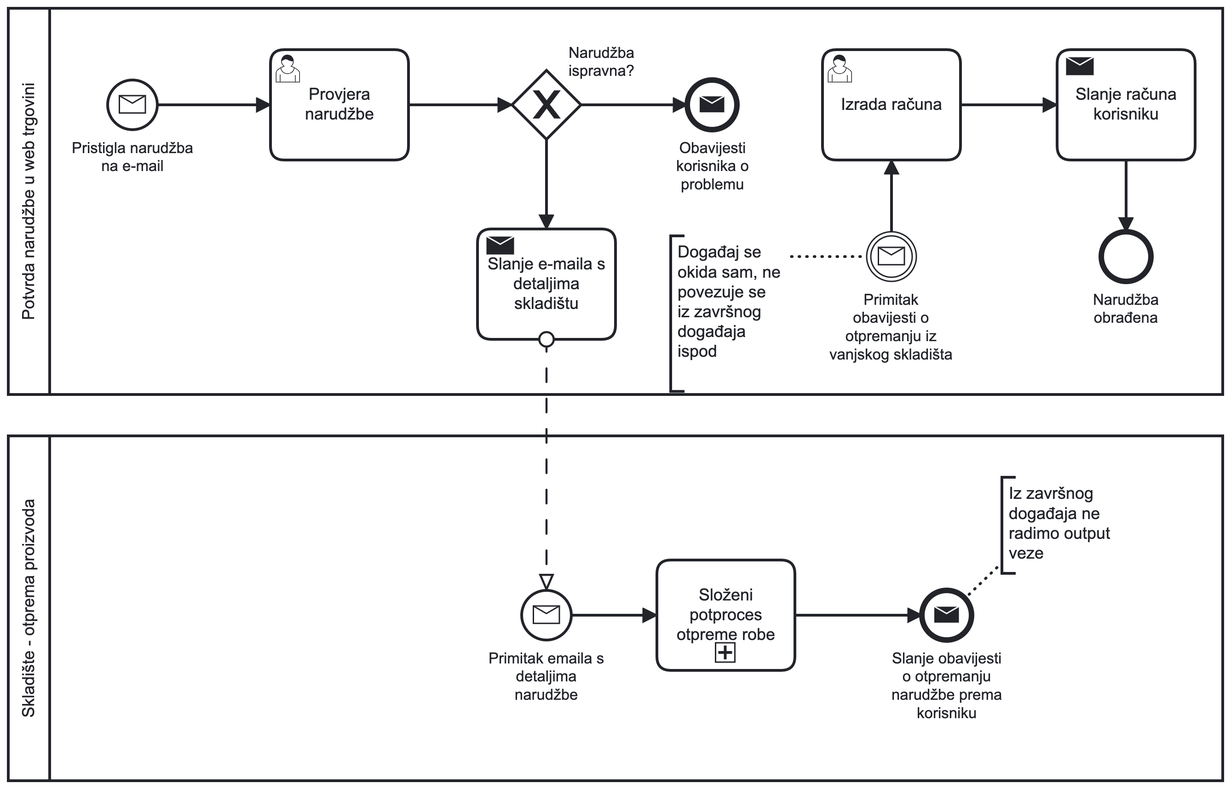
Earlier version of the BPMN export UPP2 - Dopunski atributi elemenata modela procesa/screenshots/pp_intermediate_2_procesa_ispravno.png (lukablaskovic/FIPU-UPP). Its source is kept beside it as UPP2 - Dopunski atributi elemenata modela procesa/models/pp_intermediate_2_procesa_ispravno.bpmn. Ids are renumbered.
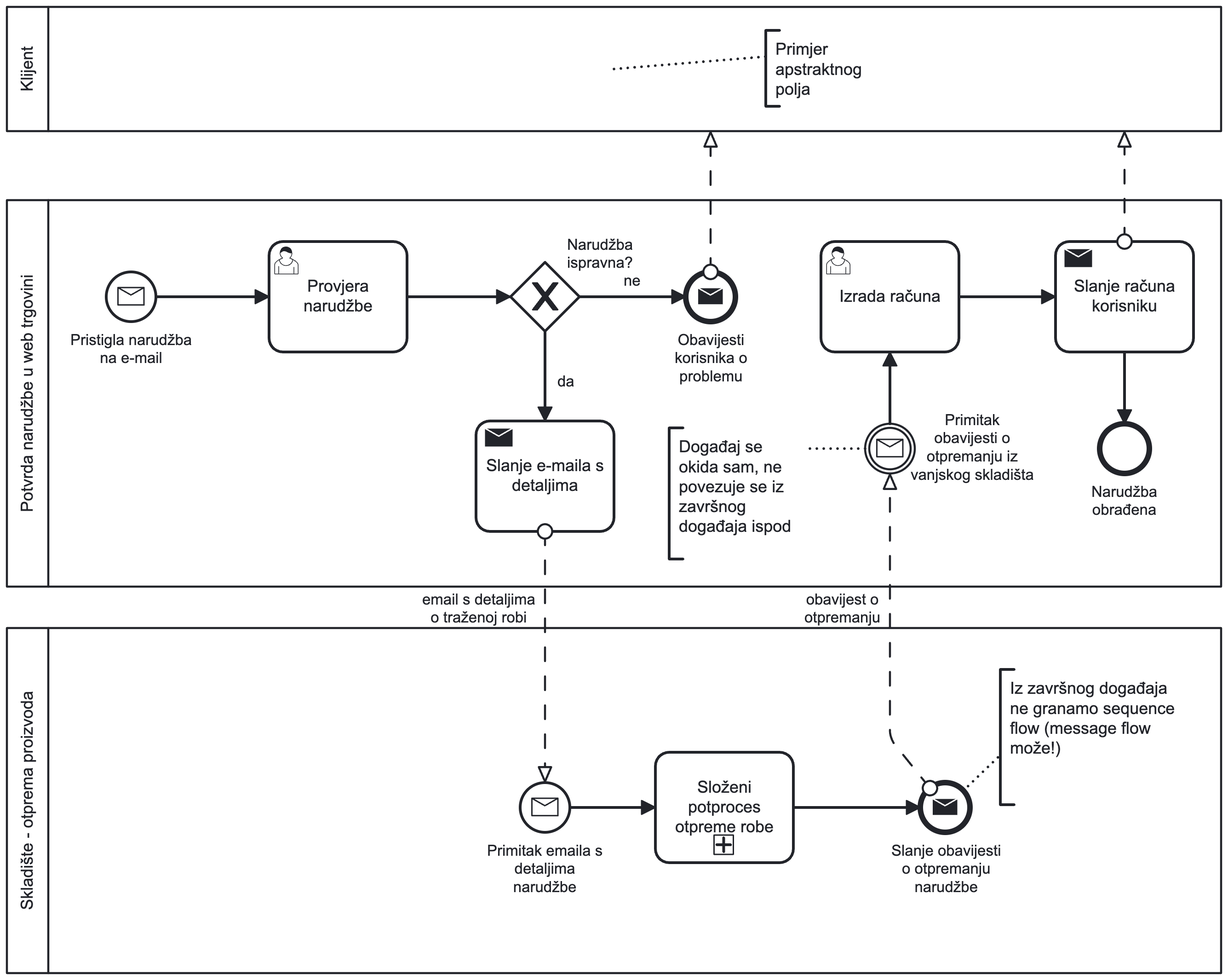
The same diagram one commit later.

Change to the diagram source:
```diff
@@ -1,8 +1,24 @@
-<bpmn:definitions xmlns:bpmn="http://www.omg.org/spec/BPMN/20100524/MODEL" xmlns:bpmndi="http://www.omg.org/spec/BPMN/20100524/DI" xmlns:dc="http://www.omg.org/spec/DD/20100524/DC" xmlns:di="http://www.omg.org/spec/DD/20100524/DI" xmlns:modeler="http://camunda.org/schema/modeler/1.0" id="Definitions_n1" targetNamespace="http://bpmn.io/schema/bpmn" exporter="Camunda Modeler" exporterVersion="5.4.2" modeler:executionPlatform="Camunda Cloud" modeler:executionPlatformVersion="8.1.0">
+<bpmn:definitions xmlns:bpmn="http://www.omg.org/spec/BPMN/20100524/MODEL" xmlns:bpmndi="http://www.omg.org/spec/BPMN/20100524/DI" xmlns:dc="http://www.omg.org/spec/DD/20100524/DC" xmlns:di="http://www.omg.org/spec/DD/20100524/DI" xmlns:modeler="http://camunda.org/schema/modeler/1.0" id="Definitions_n1" targetNamespace="http://bpmn.io/schema/bpmn" exporter="Camunda Modeler" exporterVersion="5.39.0" modeler:executionPlatform="Camunda Cloud" modeler:executionPlatformVersion="8.1.0">
   <bpmn:collaboration id="Collaboration_n2">
     <bpmn:participant id="Participant_n3" name="Potvrda narudžbe u web trgovini" processRef="Process_n4" />
     <bpmn:participant id="Participant_n5" name="Skladište - otprema proizvoda" processRef="Process_n6" />
-    <bpmn:messageFlow id="Flow_n7" sourceRef="Activity_n8" targetRef="Event_n9" />
+    <bpmn:participant id="Participant_n40" name="Klijent" processRef="Process_n41" />
+    <bpmn:messageFlow id="Flow_n7" name="email s detaljima o traženoj robi" sourceRef="Activity_n8" targetRef="Event_n9" />
+    <bpmn:messageFlow id="Flow_n42" name="obavijest o otpremanju" sourceRef="Event_n32" targetRef="Event_n25" />
+    <bpmn:messageFlow id="Flow_n43" sourceRef="Event_n14" targetRef="Participant_n40" />
+    <bpmn:messageFlow id="Flow_n44" sourceRef="Activity_n20" targetRef="Participant_n40" />
+    <bpmn:textAnnotation id="TextAnnotation_n45">
+      <bpmn:text>Primjer apstraktnog polja</bpmn:text>
+    </bpmn:textAnnotation>
+    <bpmn:association id="Association_n46" associationDirection="None" sourceRef="Participant_n40" targetRef="TextAnnotation_n45" />
+    <bpmn:textAnnotation id="TextAnnotation_n28">
+      <bpmn:text>Događaj se okida sam, ne povezuje se iz završnog događaja ispod</bpmn:text>
+    </bpmn:textAnnotation>
+    <bpmn:association id="Association_n29" sourceRef="Event_n25" targetRef="TextAnnotation_n28" />
+    <bpmn:textAnnotation id="TextAnnotation_n36">
+      <bpmn:text>Iz završnog događaja ne granamo sequence flow (message flow može!)</bpmn:text>
+    </bpmn:textAnnotation>
+    <bpmn:association id="Association_n37" sourceRef="Event_n32" targetRef="TextAnnotation_n36" />
   </bpmn:collaboration>
   <bpmn:process id="Process_n4" isExecutable="true">
     <bpmn:exclusiveGateway id="Gateway_n10" name="Narudžba ispravna?">
@@ -22,7 +38,7 @@
       <bpmn:outgoing>Flow_n17</bpmn:outgoing>
       <bpmn:messageEventDefinition id="MessageEventDefinition_n19" />
     </bpmn:startEvent>
-    <bpmn:sendTask id="Activity_n8" name="Slanje e-maila s detaljima skladištu">
+    <bpmn:sendTask id="Activity_n8" name="Slanje e-maila s detaljima">
       <bpmn:incoming>Flow_n13</bpmn:incoming>
     </bpmn:sendTask>
     <bpmn:sendTask id="Activity_n20" name="Slanje računa korisniku">
@@ -41,23 +57,19 @@
       <bpmn:incoming>Flow_n22</bpmn:incoming>
     </bpmn:endEvent>
     <bpmn:sequenceFlow id="Flow_n11" sourceRef="Activity_n16" targetRef="Gateway_n10" />
-    <bpmn:sequenceFlow id="Flow_n12" sourceRef="Gateway_n10" targetRef="Event_n14" />
-    <bpmn:sequenceFlow id="Flow_n13" sourceRef="Gateway_n10" targetRef="Activity_n8" />
+    <bpmn:sequenceFlow id="Flow_n12" name="ne" sourceRef="Gateway_n10" targetRef="Event_n14" />
+    <bpmn:sequenceFlow id="Flow_n13" name="da" sourceRef="Gateway_n10" targetRef="Activity_n8" />
     <bpmn:sequenceFlow id="Flow_n17" sourceRef="Event_n18" targetRef="Activity_n16" />
     <bpmn:sequenceFlow id="Flow_n21" sourceRef="Activity_n23" targetRef="Activity_n20" />
     <bpmn:sequenceFlow id="Flow_n22" sourceRef="Activity_n20" targetRef="Event_n27" />
     <bpmn:sequenceFlow id="Flow_n24" sourceRef="Event_n25" targetRef="Activity_n23" />
-    <bpmn:textAnnotation id="TextAnnotation_n28">
-      <bpmn:text>Događaj se okida sam, ne povezuje se iz završnog događaja ispod</bpmn:text>
-    </bpmn:textAnnotation>
-    <bpmn:association id="Association_n29" sourceRef="Event_n25" targetRef="TextAnnotation_n28" />
   </bpmn:process>
   <bpmn:process id="Process_n6" isExecutable="false">
     <bpmn:startEvent id="Event_n9" name="Primitak emaila s detaljima narudžbe">
       <bpmn:outgoing>Flow_n30</bpmn:outgoing>
       <bpmn:messageEventDefinition id="MessageEventDefinition_n31" />
     </bpmn:startEvent>
-    <bpmn:endEvent id="Event_n32" name="Slanje obavijesti o otpremanju narudžbe prema korisniku">
+    <bpmn:endEvent id="Event_n32" name="Slanje obavijesti o otpremanju narudžbe">
       <bpmn:incoming>Flow_n33</bpmn:incoming>
       <bpmn:messageEventDefinition id="MessageEventDefinition_n34" />
     </bpmn:endEvent>
@@ -67,135 +79,170 @@
     </bpmn:subProcess>
     <bpmn:sequenceFlow id="Flow_n30" sourceRef="Event_n9" targetRef="Activity_n35" />
     <bpmn:sequenceFlow id="Flow_n33" sourceRef="Activity_n35" targetRef="Event_n32" />
-    <bpmn:textAnnotation id="TextAnnotation_n36">
-      <bpmn:text>Iz završnog događaja ne radimo output veze</bpmn:text>
-    </bpmn:textAnnotation>
-    <bpmn:association id="Association_n37" sourceRef="Event_n32" targetRef="TextAnnotation_n36" />
   </bpmn:process>
+  <bpmn:process id="Process_n41" isExecutable="false" />
   <bpmndi:BPMNDiagram id="BPMNDiagram_1">
     <bpmndi:BPMNPlane id="BPMNPlane_1" bpmnElement="Collaboration_n2">
       <bpmndi:BPMNShape id="Participant_n3_di" bpmnElement="Participant_n3" isHorizontal="true">
-        <dc:Bounds x="160" y="80" width="880" height="280" />
-        <bpmndi:BPMNLabel />
-      </bpmndi:BPMNShape>
-      <bpmndi:BPMNShape id="TextAnnotation_n28_di" bpmnElement="TextAnnotation_n28">
-        <dc:Bounds x="640" y="245" width="86.22660283993116" height="112.73666092943203" />
+        <dc:Bounds x="160" y="220" width="880" height="280" />
         <bpmndi:BPMNLabel />
       </bpmndi:BPMNShape>
       <bpmndi:BPMNShape id="Gateway_n10_di" bpmnElement="Gateway_n10" isMarkerVisible="true">
-        <dc:Bounds x="525" y="125" width="50" height="50" />
+        <dc:Bounds x="525" y="265" width="50" height="50" />
         <bpmndi:BPMNLabel>
-          <dc:Bounds x="566" y="106" width="48" height="27" />
+          <dc:Bounds x="566" y="246" width="48" height="27" />
         </bpmndi:BPMNLabel>
       </bpmndi:BPMNShape>
       <bpmndi:BPMNShape id="Event_0b9pd3l_di" bpmnElement="Event_n14">
-        <dc:Bounds x="652" y="132" width="36" height="36" />
+        <dc:Bounds x="652" y="272" width="36" height="36" />
         <bpmndi:BPMNLabel>
-          <dc:Bounds x="644" y="175" width="53" height="40" />
+          <dc:Bounds x="644" y="315" width="53" height="40" />
         </bpmndi:BPMNLabel>
       </bpmndi:BPMNShape>
       <bpmndi:BPMNShape id="Activity_129fjox_di" bpmnElement="Activity_n16">
-        <dc:Bounds x="350" y="110" width="100" height="80" />
+        <dc:Bounds x="350" y="250" width="100" height="80" />
       </bpmndi:BPMNShape>
       <bpmndi:BPMNShape id="Event_1nrdnio_di" bpmnElement="Event_n18">
-        <dc:Bounds x="232" y="132" width="36" height="36" />
+        <dc:Bounds x="232" y="272" width="36" height="36" />
         <bpmndi:BPMNLabel>
-          <dc:Bounds x="206" y="175" width="89" height="27" />
+          <dc:Bounds x="206" y="315" width="89" height="27" />
         </bpmndi:BPMNLabel>
       </bpmndi:BPMNShape>
       <bpmndi:BPMNShape id="Activity_1qwhyc0_di" bpmnElement="Activity_n8">
-        <dc:Bounds x="500" y="240" width="100" height="80" />
+        <dc:Bounds x="500" y="380" width="100" height="80" />
+        <bpmndi:BPMNLabel />
       </bpmndi:BPMNShape>
       <bpmndi:BPMNShape id="Activity_0joadic_di" bpmnElement="Activity_n20">
-        <dc:Bounds x="920" y="110" width="100" height="80" />
+        <dc:Bounds x="920" y="250" width="100" height="80" />
       </bpmndi:BPMNShape>
       <bpmndi:BPMNShape id="Activity_1ik6id0_di" bpmnElement="Activity_n23">
-        <dc:Bounds x="750" y="110" width="100" height="80" />
+        <dc:Bounds x="750" y="250" width="100" height="80" />
       </bpmndi:BPMNShape>
       <bpmndi:BPMNShape id="Event_0oip6nh_di" bpmnElement="Event_n25">
-        <dc:Bounds x="782" y="242" width="36" height="36" />
+        <dc:Bounds x="782" y="382" width="36" height="36" />
         <bpmndi:BPMNLabel>
-          <dc:Bounds x="755" y="285" width="90" height="53" />
+          <dc:Bounds x="815" y="373" width="90" height="53" />
         </bpmndi:BPMNLabel>
       </bpmndi:BPMNShape>
       <bpmndi:BPMNShape id="Event_n27_di" bpmnElement="Event_n27">
-        <dc:Bounds x="952" y="242" width="36" height="36" />
+        <dc:Bounds x="952" y="382" width="36" height="36" />
         <bpmndi:BPMNLabel>
-          <dc:Bounds x="946" y="285" width="48" height="27" />
+          <dc:Bounds x="946" y="425" width="48" height="27" />
         </bpmndi:BPMNLabel>
       </bpmndi:BPMNShape>
-      <bpmndi:BPMNEdge id="Association_n29_di" bpmnElement="Association_n29">
-        <di:waypoint x="782" y="260" />
-        <di:waypoint x="726" y="260" />
-      </bpmndi:BPMNEdge>
+      <bpmndi:BPMNShape id="TextAnnotation_n28_di" bpmnElement="TextAnnotation_n28">
+        <dc:Bounds x="640" y="385" width="100" height="95" />
+        <bpmndi:BPMNLabel />
+      </bpmndi:BPMNShape>
       <bpmndi:BPMNEdge id="Flow_n11_di" bpmnElement="Flow_n11">
-        <di:waypoint x="450" y="150" />
-        <di:waypoint x="525" y="150" />
+        <di:waypoint x="450" y="290" />
+        <di:waypoint x="525" y="290" />
       </bpmndi:BPMNEdge>
       <bpmndi:BPMNEdge id="Flow_n12_di" bpmnElement="Flow_n12">
-        <di:waypoint x="575" y="150" />
-        <di:waypoint x="652" y="150" />
+        <di:waypoint x="575" y="290" />
+        <di:waypoint x="652" y="290" />
+        <bpmndi:BPMNLabel>
+          <dc:Bounds x="607" y="272" width="13" height="14" />
+        </bpmndi:BPMNLabel>
       </bpmndi:BPMNEdge>
       <bpmndi:BPMNEdge id="Flow_n13_di" bpmnElement="Flow_n13">
-        <di:waypoint x="550" y="175" />
-        <di:waypoint x="550" y="240" />
+        <di:waypoint x="550" y="315" />
+        <di:waypoint x="550" y="380" />
+        <bpmndi:BPMNLabel>
+          <dc:Bounds x="559" y="345" width="13" height="14" />
+        </bpmndi:BPMNLabel>
       </bpmndi:BPMNEdge>
       <bpmndi:BPMNEdge id="Flow_n17_di" bpmnElement="Flow_n17">
-        <di:waypoint x="268" y="150" />
-        <di:waypoint x="350" y="150" />
+        <di:waypoint x="268" y="290" />
+        <di:waypoint x="350" y="290" />
       </bpmndi:BPMNEdge>
       <bpmndi:BPMNEdge id="Flow_n21_di" bpmnElement="Flow_n21">
-        <di:waypoint x="850" y="150" />
-        <di:waypoint x="920" y="150" />
+        <di:waypoint x="850" y="290" />
+        <di:waypoint x="920" y="290" />
       </bpmndi:BPMNEdge>
       <bpmndi:BPMNEdge id="Flow_n22_di" bpmnElement="Flow_n22">
-        <di:waypoint x="970" y="190" />
-        <di:waypoint x="970" y="242" />
+        <di:waypoint x="970" y="330" />
+        <di:waypoint x="970" y="382" />
       </bpmndi:BPMNEdge>
       <bpmndi:BPMNEdge id="Flow_n24_di" bpmnElement="Flow_n24">
-        <di:waypoint x="800" y="242" />
-        <di:waypoint x="800" y="190" />
+        <di:waypoint x="800" y="382" />
+        <di:waypoint x="800" y="330" />
+      </bpmndi:BPMNEdge>
+      <bpmndi:BPMNEdge id="Association_n29_di" bpmnElement="Association_n29">
+        <di:waypoint x="782" y="400" />
+        <di:waypoint x="740" y="400" />
       </bpmndi:BPMNEdge>
       <bpmndi:BPMNShape id="Participant_n5_di" bpmnElement="Participant_n5" isHorizontal="true">
-        <dc:Bounds x="160" y="390" width="880" height="250" />
+        <dc:Bounds x="160" y="530" width="880" height="250" />
+        <bpmndi:BPMNLabel />
+      </bpmndi:BPMNShape>
+      <bpmndi:BPMNShape id="Event_1pvszgi_di" bpmnElement="Event_n9">
+        <dc:Bounds x="532" y="642" width="36" height="36" />
+        <bpmndi:BPMNLabel>
+          <dc:Bounds x="508" y="685" width="84" height="40" />
+        </bpmndi:BPMNLabel>
+      </bpmndi:BPMNShape>
+      <bpmndi:BPMNShape id="Event_16e5a95_di" bpmnElement="Event_n32">
+        <dc:Bounds x="822" y="642" width="36" height="36" />
+        <bpmndi:BPMNLabel>
+          <dc:Bounds x="801" y="685" width="80" height="40" />
+        </bpmndi:BPMNLabel>
+      </bpmndi:BPMNShape>
+      <bpmndi:BPMNShape id="Activity_1tlj5kf_di" bpmnElement="Activity_n35">
+        <dc:Bounds x="630" y="620" width="100" height="80" />
         <bpmndi:BPMNLabel />
       </bpmndi:BPMNShape>
       <bpmndi:BPMNShape id="TextAnnotation_n36_di" bpmnElement="TextAnnotation_n36">
-        <dc:Bounds x="880" y="420" width="99.9959660068847" height="69.70740103270224" />
+        <dc:Bounds x="880" y="560" width="140" height="98" />
         <bpmndi:BPMNLabel />
       </bpmndi:BPMNShape>
-      <bpmndi:BPMNShape id="Event_1pvszgi_di" bpmnElement="Event_n9">
-        <dc:Bounds x="532" y="502" width="36" height="36" />
-        <bpmndi:BPMNLabel>
-          <dc:Bounds x="508" y="545" width="84" height="40" />
-        </bpmndi:BPMNLabel>
-      </bpmndi:BPMNShape>
-      <bpmndi:BPMNShape id="Event_16e5a95_di" bpmnElement="Event_n32">
-        <dc:Bounds x="822" y="502" width="36" height="36" />
-        <bpmndi:BPMNLabel>
-          <dc:Bounds x="800" y="545" width="81" height="53" />
-        </bpmndi:BPMNLabel>
-      </bpmndi:BPMNShape>
-      <bpmndi:BPMNShape id="Activity_1tlj5kf_di" bpmnElement="Activity_n35">
-        <dc:Bounds x="630" y="480" width="100" height="80" />
+      <bpmndi:BPMNEdge id="Flow_n30_di" bpmnElement="Flow_n30">
+        <di:waypoint x="568" y="660" />
+        <di:waypoint x="630" y="660" />
+      </bpmndi:BPMNEdge>
+      <bpmndi:BPMNEdge id="Flow_n33_di" bpmnElement="Flow_n33">
+        <di:waypoint x="730" y="660" />
+        <di:waypoint x="822" y="660" />
+      </bpmndi:BPMNEdge>
+      <bpmndi:BPMNEdge id="Association_n37_di" bpmnElement="Association_n37">
+        <di:waypoint x="853" y="648" />
+        <di:waypoint x="880" y="622" />
+      </bpmndi:BPMNEdge>
+      <bpmndi:BPMNShape id="Participant_n40_di" bpmnElement="Participant_n40" isHorizontal="true">
+        <dc:Bounds x="160" y="80" width="880" height="90" />
         <bpmndi:BPMNLabel />
       </bpmndi:BPMNShape>
-      <bpmndi:BPMNEdge id="Association_n37_di" bpmnElement="Association_n37">
-        <di:waypoint x="853" y="508" />
-        <di:waypoint x="880" y="482" />
-      </bpmndi:BPMNEdge>
-      <bpmndi:BPMNEdge id="Flow_n30_di" bpmnElement="Flow_n30">
-        <di:waypoint x="568" y="520" />
-        <di:waypoint x="630" y="520" />
-      </bpmndi:BPMNEdge>
-      <bpmndi:BPMNEdge id="Flow_n33_di" bpmnElement="Flow_n33">
-        <di:waypoint x="730" y="520" />
-        <di:waypoint x="822" y="520" />
+      <bpmndi:BPMNEdge id="Association_n46_di" bpmnElement="Association_n46">
+        <di:waypoint x="600" y="125" />
+        <di:waypoint x="710" y="116" />
       </bpmndi:BPMNEdge>
       <bpmndi:BPMNEdge id="Flow_n7_di" bpmnElement="Flow_n7">
-        <di:waypoint x="550" y="320" />
-        <di:waypoint x="550" y="502" />
+        <di:waypoint x="550" y="460" />
+        <di:waypoint x="550" y="642" />
+        <bpmndi:BPMNLabel>
+          <dc:Bounds x="461" y="503" width="82" height="27" />
+        </bpmndi:BPMNLabel>
       </bpmndi:BPMNEdge>
+      <bpmndi:BPMNEdge id="Flow_n42_di" bpmnElement="Flow_n42">
+        <di:waypoint x="829" y="646" />
+        <di:waypoint x="800" y="610" />
+        <di:waypoint x="800" y="418" />
+        <bpmndi:BPMNLabel>
+          <dc:Bounds x="738" y="503" width="56" height="27" />
+        </bpmndi:BPMNLabel>
+      </bpmndi:BPMNEdge>
+      <bpmndi:BPMNEdge id="Flow_n43_di" bpmnElement="Flow_n43">
+        <di:waypoint x="670" y="272" />
+        <di:waypoint x="670" y="170" />
+      </bpmndi:BPMNEdge>
+      <bpmndi:BPMNEdge id="Flow_n44_di" bpmnElement="Flow_n44">
+        <di:waypoint x="970" y="250" />
+        <di:waypoint x="970" y="170" />
+      </bpmndi:BPMNEdge>
+      <bpmndi:BPMNShape id="TextAnnotation_n45_di" bpmnElement="TextAnnotation_n45">
+        <dc:Bounds x="710" y="97" width="100" height="55" />
+        <bpmndi:BPMNLabel />
+      </bpmndi:BPMNShape>
     </bpmndi:BPMNPlane>
   </bpmndi:BPMNDiagram>
   <bpmndi:BPMNDiagram id="BPMNDiagram_n38">
```
